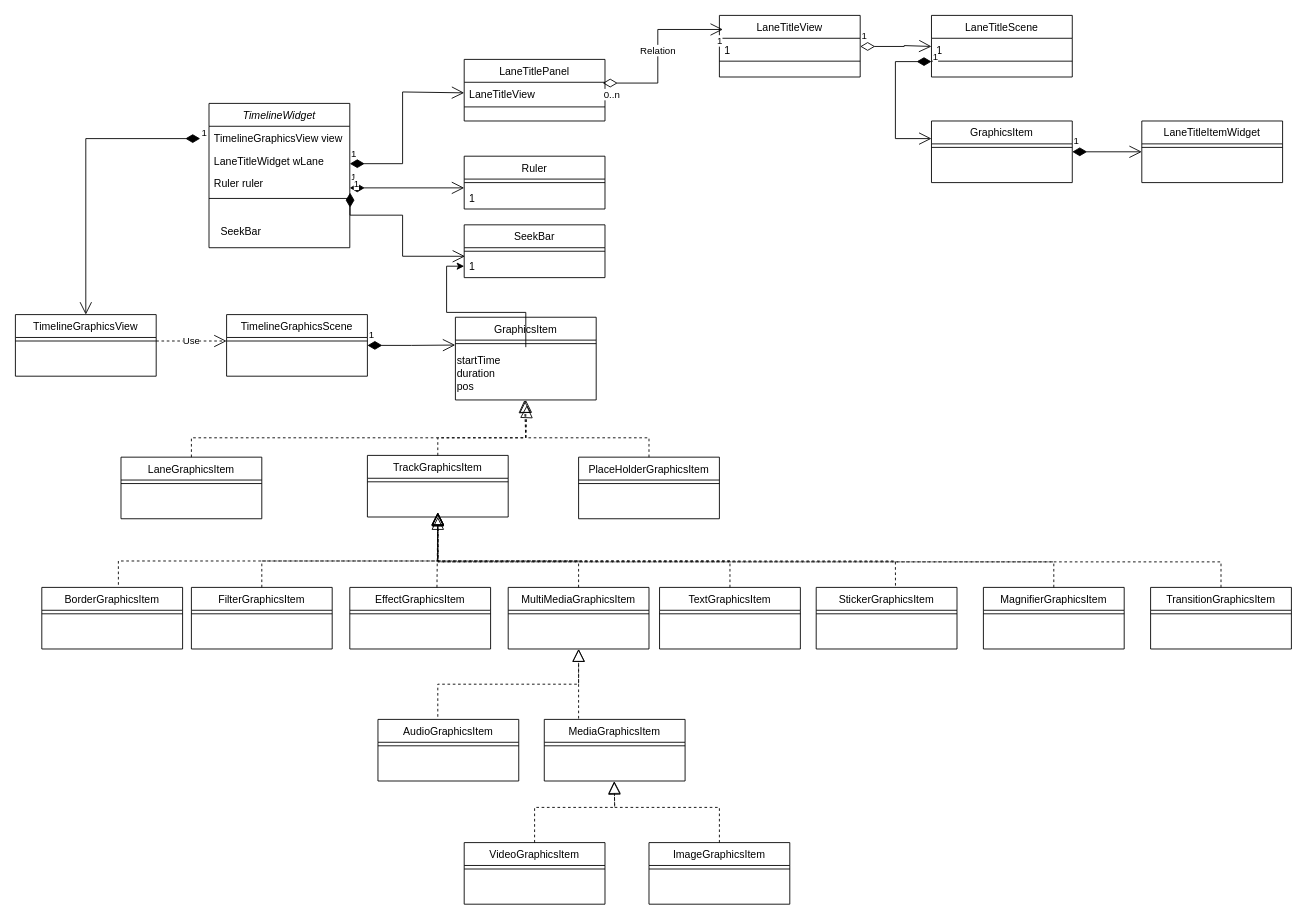
Earlier version of the draw.io diagram Timeline.drawio (yanhj/DrawIO). Source tidied: cells renumbered, new cells numbered last; positions are measured from the earlier drawing's top-left corner, leaving out a move shared by most shapes. Both pictures are drawn from the tidied source at 88%, with x=0, y=0 at pixel (15, 15).
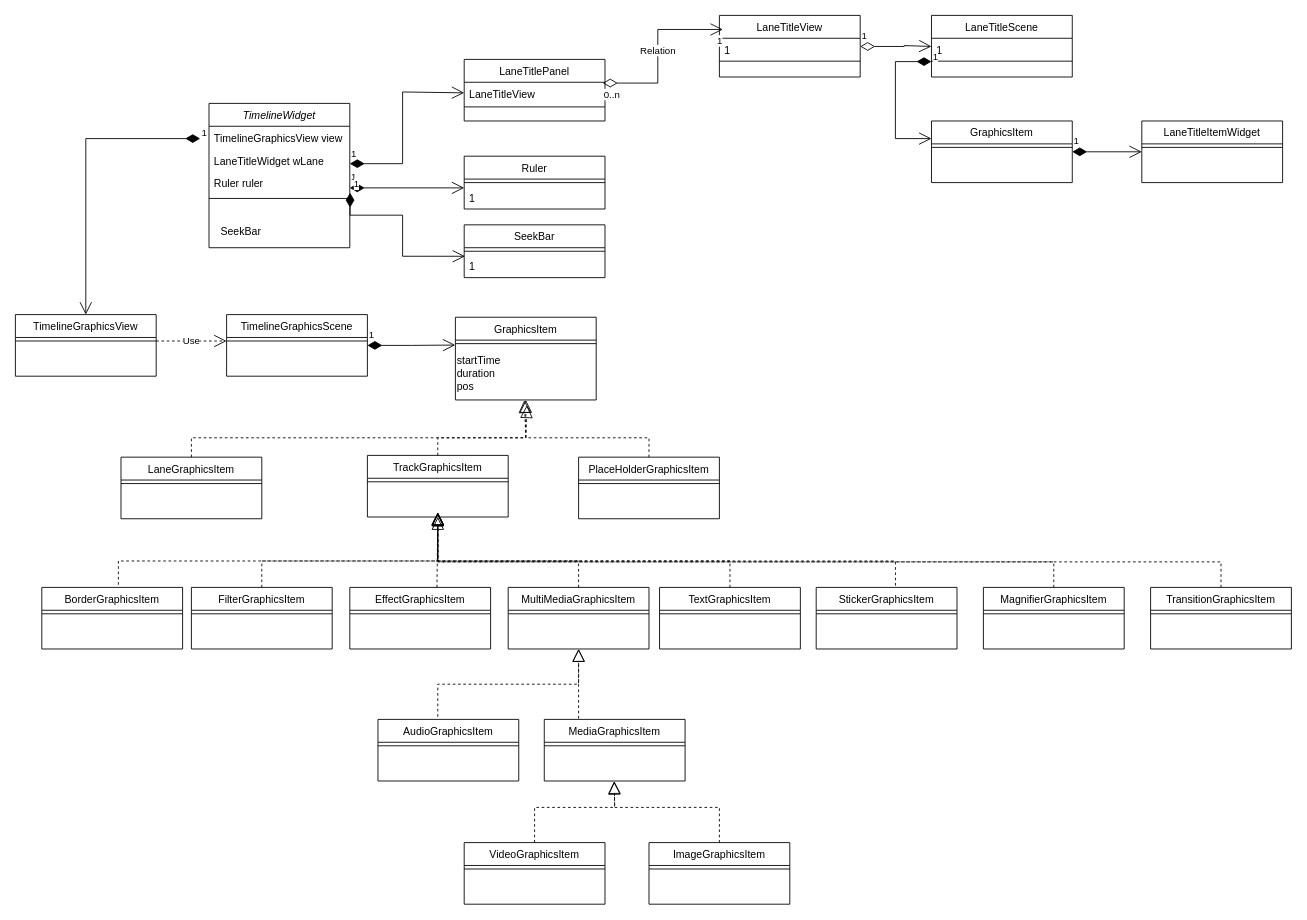
After the change.

Unchanged cells that the change refers to:
```xml
<mxCell id="22" value="startTime&lt;div&gt;duration&lt;/div&gt;&lt;div&gt;pos&lt;/div&gt;" style="text;html=1;align=left;verticalAlign=middle;points=[];strokeColor=none;fillColor=none;" parent="20" vertex="1">
  <mxGeometry y="34" width="160" height="60" as="geometry" />
</mxCell>
<mxCell id="71" value="1" style="text;align=left;verticalAlign=top;spacingLeft=4;spacingRight=4;overflow=hidden;points=[[0,0.5],[1,0.5]];portConstraint=eastwest;" parent="69" vertex="1">
  <mxGeometry y="34" width="160" height="26" as="geometry" />
</mxCell>
```

The edit, as a diff of the source:
```diff
@@
-    <mxCell id="91" style="edgeStyle=orthogonalEdgeStyle;rounded=0;jettySize=auto;html=1;" parent="1" edge="1" source="22" target="71">
-      <mxGeometry relative="1" as="geometry" />
-    </mxCell>
```
